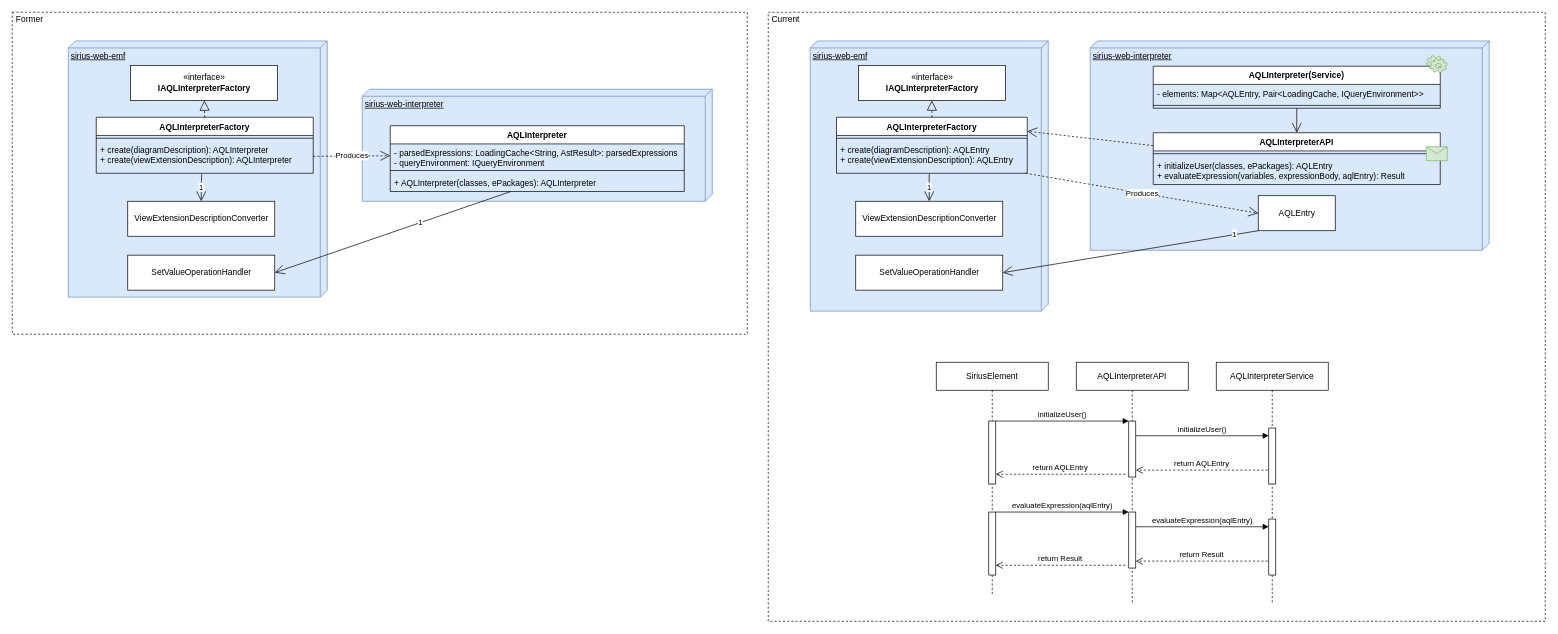
Before: page "AQL_interpreter_dependancies" (2 of 2) of sirius_organisation.drawio in rbelafia/sirius-components, a draw.io diagram. Source tidied: cells renumbered, new cells numbered last; positions are measured from the earlier drawing's top-left corner, leaving out a move shared by most shapes. Both pictures are drawn from the tidied source at 70%, with x=0, y=0 at pixel (12, 12).
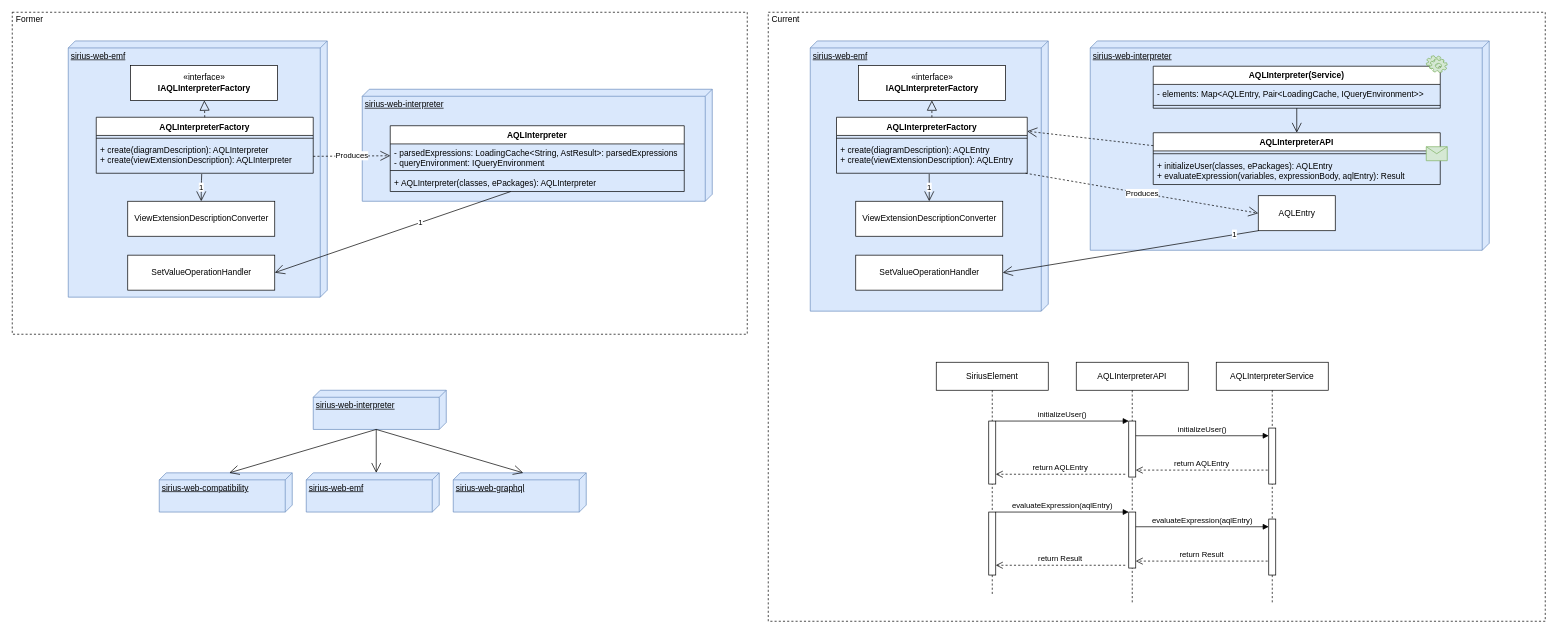
After the change.

Commit message:
Added AQL interpreter dependancies

Change to the diagram source:
```diff
@@
+    <mxCell id="64" value="sirius-web-interpreter" style="verticalAlign=top;align=left;spacingTop=8;spacingLeft=2;spacingRight=12;shape=cube;size=10;direction=south;fontStyle=4;html=1;fillColor=#dae8fc;strokeColor=#6c8ebf;" parent="1" vertex="1">
+      <mxGeometry x="430" y="540" width="190" height="56" as="geometry" />
+    </mxCell>
+    <mxCell id="65" value="sirius-web-emf" style="verticalAlign=top;align=left;spacingTop=8;spacingLeft=2;spacingRight=12;shape=cube;size=10;direction=south;fontStyle=4;html=1;fillColor=#dae8fc;strokeColor=#6c8ebf;" parent="1" vertex="1">
+      <mxGeometry x="420" y="658" width="190" height="56" as="geometry" />
+    </mxCell>
+    <mxCell id="66" value="sirius-web-graphql" style="verticalAlign=top;align=left;spacingTop=8;spacingLeft=2;spacingRight=12;shape=cube;size=10;direction=south;fontStyle=4;html=1;fillColor=#dae8fc;strokeColor=#6c8ebf;" parent="1" vertex="1">
+      <mxGeometry x="630" y="658" width="190" height="56" as="geometry" />
+    </mxCell>
+    <mxCell id="67" value="sirius-web-compatibility" style="verticalAlign=top;align=left;spacingTop=8;spacingLeft=2;spacingRight=12;shape=cube;size=10;direction=south;fontStyle=4;html=1;fillColor=#dae8fc;strokeColor=#6c8ebf;" parent="1" vertex="1">
+      <mxGeometry x="210" y="658" width="190" height="56" as="geometry" />
+    </mxCell>
+    <mxCell id="68" style="endArrow=open;endFill=1;endSize=12;html=1;exitX=0;exitY=0;exitDx=56;exitDy=100;exitPerimeter=0;entryX=0;entryY=0;entryDx=0;entryDy=90;entryPerimeter=0;" parent="1" edge="1" source="64" target="67">
+      <mxGeometry relative="1" as="geometry" />
+    </mxCell>
+    <mxCell id="69" style="endArrow=open;endFill=1;endSize=12;html=1;exitX=0;exitY=0;exitDx=56;exitDy=100;exitPerimeter=0;entryX=0;entryY=0;entryDx=0;entryDy=90;entryPerimeter=0;" parent="1" edge="1" source="64" target="65">
+      <mxGeometry relative="1" as="geometry" />
+    </mxCell>
+    <mxCell id="70" style="endArrow=open;endFill=1;endSize=12;html=1;exitX=0;exitY=0;exitDx=56;exitDy=100;exitPerimeter=0;entryX=0;entryY=0;entryDx=0;entryDy=90;entryPerimeter=0;" parent="1" edge="1" source="64" target="66">
+      <mxGeometry relative="1" as="geometry" />
+    </mxCell>
```
